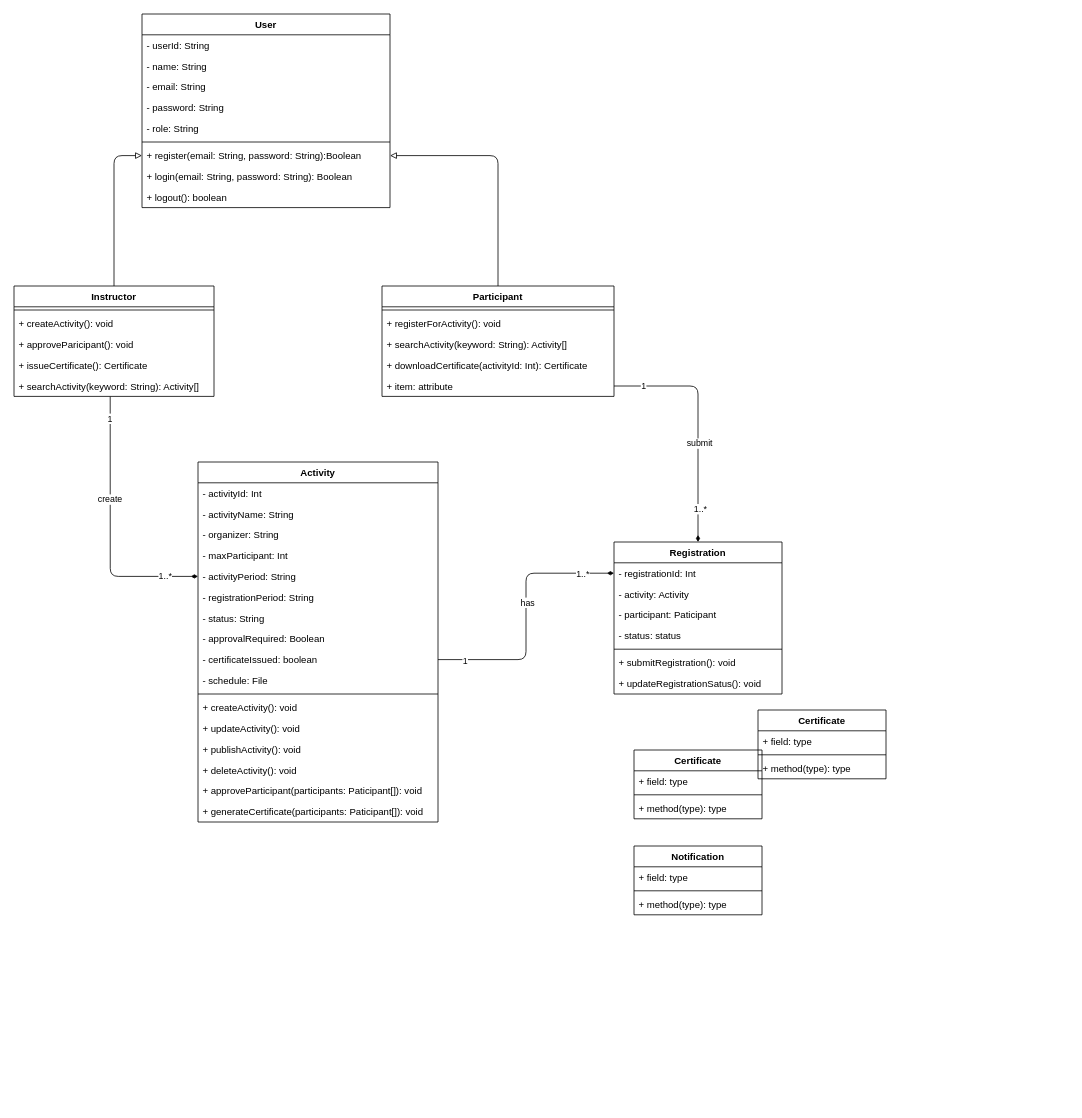
JeyZ9/drawio-oop001 keeps this draw.io diagram as classDiagram.drawio. Above is the earlier version. Source tidied: cells renumbered, new cells numbered last; positions are measured from the earlier drawing's top-left corner, leaving out a move shared by most shapes. Both pictures are drawn from the tidied source at 80%, with x=0, y=0 at pixel (14, 14).
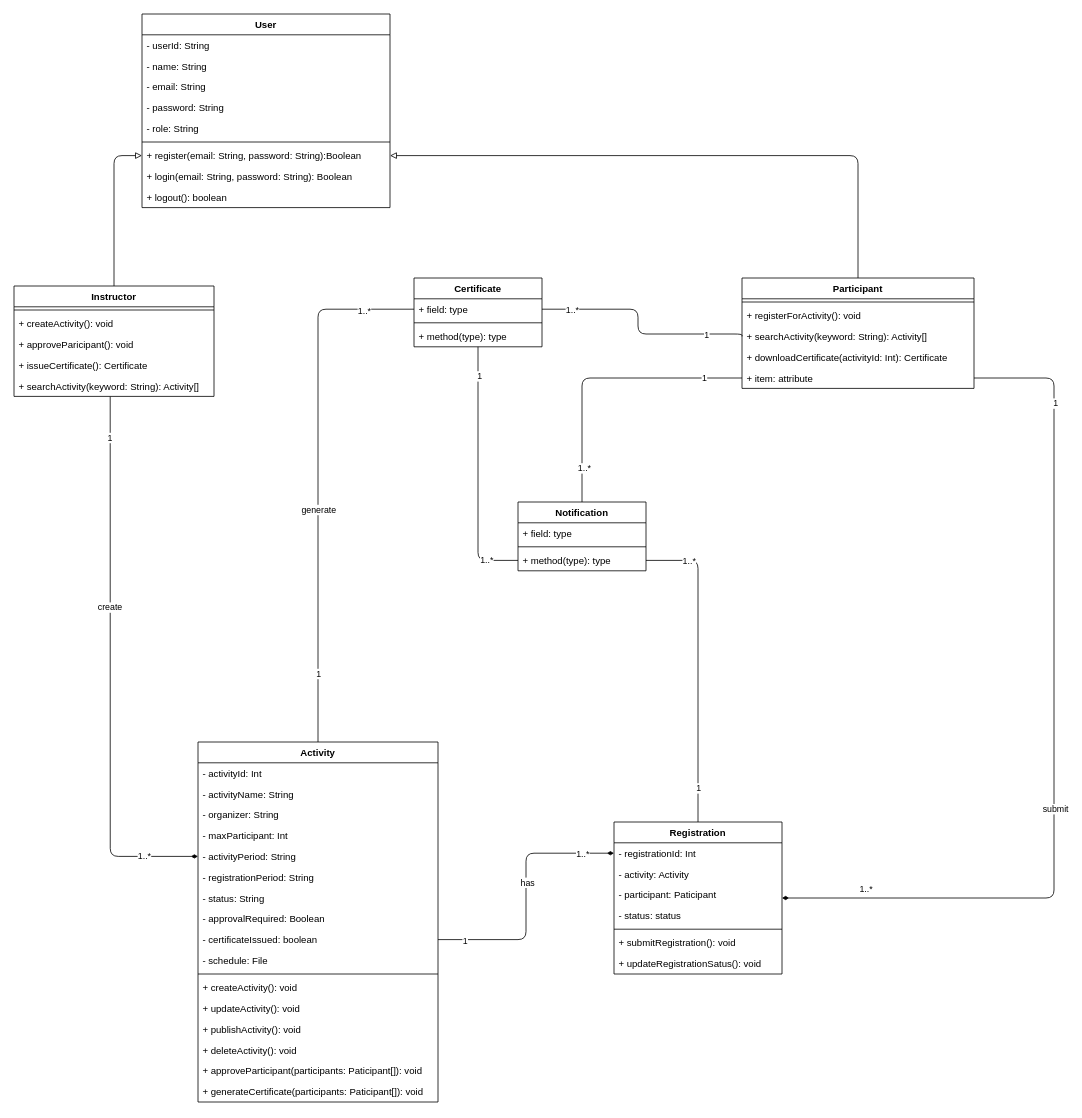
The same page after the edit.

Commit message:
connect relation

Unchanged cells that the change refers to:
```xml
<mxCell id="23" value="+ searchActivity(keyword: String): Activity[]" style="text;strokeColor=none;fillColor=none;align=left;verticalAlign=top;spacingLeft=4;spacingRight=4;overflow=hidden;points=[[0,0.5],[1,0.5]];portConstraint=eastwest;" parent="20" vertex="1">
  <mxGeometry y="60" width="290" height="26" as="geometry" />
</mxCell>
<mxCell id="25" value="+ item: attribute" style="text;strokeColor=none;fillColor=none;align=left;verticalAlign=top;spacingLeft=4;spacingRight=4;overflow=hidden;points=[[0,0.5],[1,0.5]];portConstraint=eastwest;" parent="20" vertex="1">
  <mxGeometry y="112" width="290" height="26" as="geometry" />
</mxCell>
<mxCell id="65" value="+ field: type" style="text;strokeColor=none;fillColor=none;align=left;verticalAlign=top;spacingLeft=4;spacingRight=4;overflow=hidden;points=[[0,0.5],[1,0.5]];portConstraint=eastwest;" parent="64" vertex="1">
  <mxGeometry y="26" width="160" height="26" as="geometry" />
</mxCell>
<mxCell id="71" value="+ method(type): type" style="text;strokeColor=none;fillColor=none;align=left;verticalAlign=top;spacingLeft=4;spacingRight=4;overflow=hidden;points=[[0,0.5],[1,0.5]];portConstraint=eastwest;" parent="68" vertex="1">
  <mxGeometry y="60" width="160" height="26" as="geometry" />
</mxCell>
```

What changed in the source:
```diff
@@
     <mxCell id="20" value="Participant" style="swimlane;fontStyle=1;align=center;verticalAlign=top;horizontal=1;startSize=26;" parent="1" vertex="1">
-      <mxGeometry x="460" y="340" width="290" height="138" as="geometry" />
+      <mxGeometry x="910" y="330" width="290" height="138" as="geometry" />
     </mxCell>
@@
+    <mxCell id="76" style="edgeStyle=orthogonalEdgeStyle;html=1;exitX=0.5;exitY=0;exitDx=0;exitDy=0;entryX=0;entryY=0.5;entryDx=0;entryDy=0;endArrow=none;endFill=0;" parent="1" edge="1" source="26" target="65">
+      <mxGeometry relative="1" as="geometry" />
+    </mxCell>
+    <mxCell id="77" value="1" style="edgeLabel;html=1;align=center;verticalAlign=middle;" parent="76" vertex="1">
+      <mxGeometry x="-0.74" relative="1" as="geometry" />
+    </mxCell>
+    <mxCell id="78" value="1..*" style="edgeLabel;html=1;align=center;verticalAlign=middle;" parent="76" vertex="1">
+      <mxGeometry x="0.81" y="-1" relative="1" as="geometry" />
+    </mxCell>
+    <mxCell id="79" value="generate" style="edgeLabel;html=1;align=center;verticalAlign=middle;" parent="76" vertex="1">
+      <mxGeometry x="-0.12" relative="1" as="geometry" />
+    </mxCell>
     <mxCell id="26" value="Activity" style="swimlane;fontStyle=1;align=center;verticalAlign=top;horizontal=1;startSize=26;" parent="1" vertex="1">
-      <mxGeometry x="230" y="560" width="300" height="450" as="geometry" />
+      <mxGeometry x="230" y="910" width="300" height="450" as="geometry" />
     </mxCell>
@@
+    <mxCell id="80" style="edgeStyle=orthogonalEdgeStyle;html=1;exitX=0.5;exitY=0;exitDx=0;exitDy=0;endArrow=none;endFill=0;entryX=1;entryY=0.5;entryDx=0;entryDy=0;" parent="1" edge="1" source="48" target="71">
+      <mxGeometry relative="1" as="geometry" />
+    </mxCell>
+    <mxCell id="81" value="1..*" style="edgeLabel;html=1;align=center;verticalAlign=middle;" parent="80" vertex="1">
+      <mxGeometry x="0.73" relative="1" as="geometry" />
+    </mxCell>
+    <mxCell id="82" value="1" style="edgeLabel;html=1;align=center;verticalAlign=middle;" parent="80" vertex="1">
+      <mxGeometry x="-0.78" relative="1" as="geometry" />
+    </mxCell>
     <mxCell id="48" value="Registration" style="swimlane;fontStyle=1;align=center;verticalAlign=top;horizontal=1;startSize=26;" parent="1" vertex="1">
-      <mxGeometry x="750" y="660" width="210" height="190" as="geometry" />
+      <mxGeometry x="750" y="1010" width="210" height="190" as="geometry" />
     </mxCell>
@@
     <mxCell id="56" style="edgeStyle=orthogonalEdgeStyle;html=1;exitX=1;exitY=0.5;exitDx=0;exitDy=0;startArrow=none;startFill=0;endArrow=diamondThin;endFill=1;elbow=vertical;" parent="1" edge="1" source="25" target="48">
-      <mxGeometry relative="1" as="geometry" />
+      <mxGeometry relative="1" as="geometry">
+        <Array as="points">
+          <mxPoint x="1300" y="455" />
+          <mxPoint x="1300" y="1105" />
+        </Array>
+      </mxGeometry>
     </mxCell>
@@
+    <mxCell id="83" style="edgeStyle=orthogonalEdgeStyle;html=1;exitX=0.5;exitY=1;exitDx=0;exitDy=0;entryX=0;entryY=0.5;entryDx=0;entryDy=0;endArrow=none;endFill=0;" parent="1" edge="1" source="64" target="71">
+      <mxGeometry relative="1" as="geometry" />
+    </mxCell>
+    <mxCell id="84" value="1" style="edgeLabel;html=1;align=center;verticalAlign=middle;" parent="83" vertex="1">
+      <mxGeometry x="-0.77" y="1" relative="1" as="geometry" />
+    </mxCell>
+    <mxCell id="85" value="1..*" style="edgeLabel;html=1;align=center;verticalAlign=middle;" parent="83" vertex="1">
+      <mxGeometry x="0.75" y="1" relative="1" as="geometry" />
+    </mxCell>
     <mxCell id="64" value="Certificate" style="swimlane;fontStyle=1;align=center;verticalAlign=top;horizontal=1;startSize=26;" parent="1" vertex="1">
-      <mxGeometry x="775" y="920" width="160" height="86" as="geometry" />
+      <mxGeometry x="500" y="330" width="160" height="86" as="geometry" />
     </mxCell>
@@
+    <mxCell id="86" style="edgeStyle=orthogonalEdgeStyle;html=1;exitX=0.5;exitY=0;exitDx=0;exitDy=0;entryX=0;entryY=0.5;entryDx=0;entryDy=0;endArrow=none;endFill=0;" parent="1" edge="1" source="68" target="25">
+      <mxGeometry relative="1" as="geometry" />
+    </mxCell>
+    <mxCell id="87" value="1..*" style="edgeLabel;html=1;align=center;verticalAlign=middle;" parent="86" vertex="1">
+      <mxGeometry x="-0.75" y="-2" relative="1" as="geometry">
+        <mxPoint y="1" as="offset" />
+      </mxGeometry>
+    </mxCell>
+    <mxCell id="88" value="1" style="edgeLabel;html=1;align=center;verticalAlign=middle;" parent="86" vertex="1">
+      <mxGeometry x="0.73" y="1" relative="1" as="geometry" />
+    </mxCell>
     <mxCell id="68" value="Notification" style="swimlane;fontStyle=1;align=center;verticalAlign=top;horizontal=1;startSize=26;" parent="1" vertex="1">
-      <mxGeometry x="775" y="1040" width="160" height="86" as="geometry" />
+      <mxGeometry x="630" y="610" width="160" height="86" as="geometry" />
     </mxCell>
@@
-    <mxCell id="72" value="Certificate" style="swimlane;fontStyle=1;align=center;verticalAlign=top;horizontal=1;startSize=26;" parent="1" vertex="1">
-      <mxGeometry x="930" y="870" width="160" height="86" as="geometry" />
-    </mxCell>
-    <mxCell id="73" value="+ field: type" style="text;strokeColor=none;fillColor=none;align=left;verticalAlign=top;spacingLeft=4;spacingRight=4;overflow=hidden;" parent="72" vertex="1">
-      <mxGeometry y="26" width="160" height="26" as="geometry" />
-    </mxCell>
-    <mxCell id="74" style="line;strokeWidth=1;fillColor=none;align=left;verticalAlign=middle;spacingTop=-1;spacingLeft=3;spacingRight=3;labelPosition=right;strokeColor=inherit;" parent="72" vertex="1">
-      <mxGeometry y="52" width="160" height="8" as="geometry" />
-    </mxCell>
-    <mxCell id="75" value="+ method(type): type" style="text;strokeColor=none;fillColor=none;align=left;verticalAlign=top;spacingLeft=4;spacingRight=4;overflow=hidden;" parent="72" vertex="1">
-      <mxGeometry y="60" width="160" height="26" as="geometry" />
-    </mxCell>
+    <mxCell id="89" style="edgeStyle=orthogonalEdgeStyle;html=1;entryX=0;entryY=0.5;entryDx=0;entryDy=0;endArrow=none;endFill=0;exitX=1;exitY=0.5;exitDx=0;exitDy=0;" parent="1" edge="1" source="65" target="23">
+      <mxGeometry relative="1" as="geometry">
+        <Array as="points">
+          <mxPoint x="780" y="369" />
+          <mxPoint x="780" y="400" />
+          <mxPoint x="910" y="400" />
+        </Array>
+      </mxGeometry>
+    </mxCell>
+    <mxCell id="90" value="1..*" style="edgeLabel;html=1;align=center;verticalAlign=middle;" parent="89" vertex="1">
+      <mxGeometry x="-0.74" relative="1" as="geometry" />
+    </mxCell>
+    <mxCell id="91" value="1" style="edgeLabel;html=1;align=center;verticalAlign=middle;" parent="89" vertex="1">
+      <mxGeometry x="0.66" y="-1" relative="1" as="geometry" />
+    </mxCell>
```
